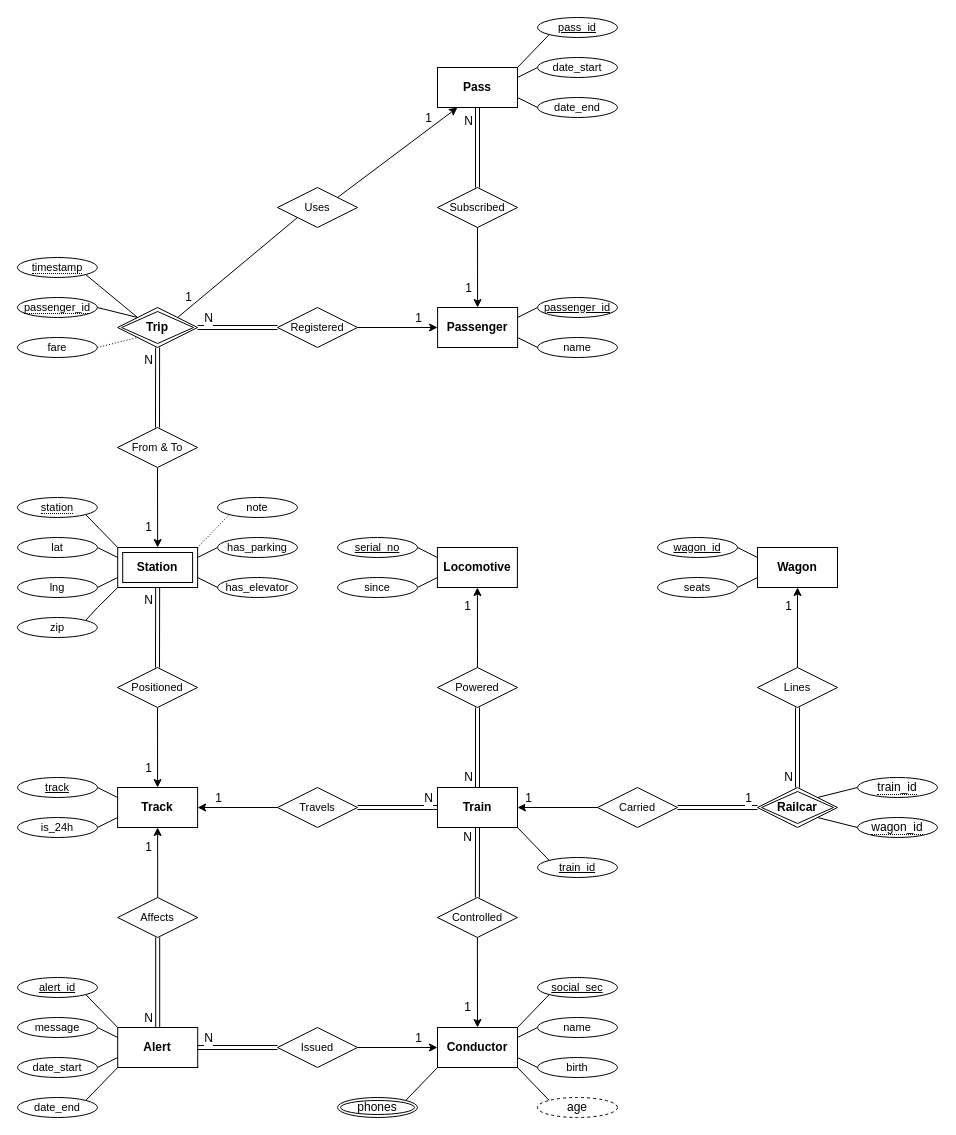
Earlier version of the draw.io diagram page "Stage 3" (3 of 3) of cta/er.drawio (hanggrian/IIT-CS425). Source tidied: cells renumbered, new cells numbered last; positions are measured from the earlier drawing's top-left corner, leaving out a move shared by most shapes. Both pictures are drawn from the tidied source at 100%, with x=0, y=0 at pixel (17, 17).
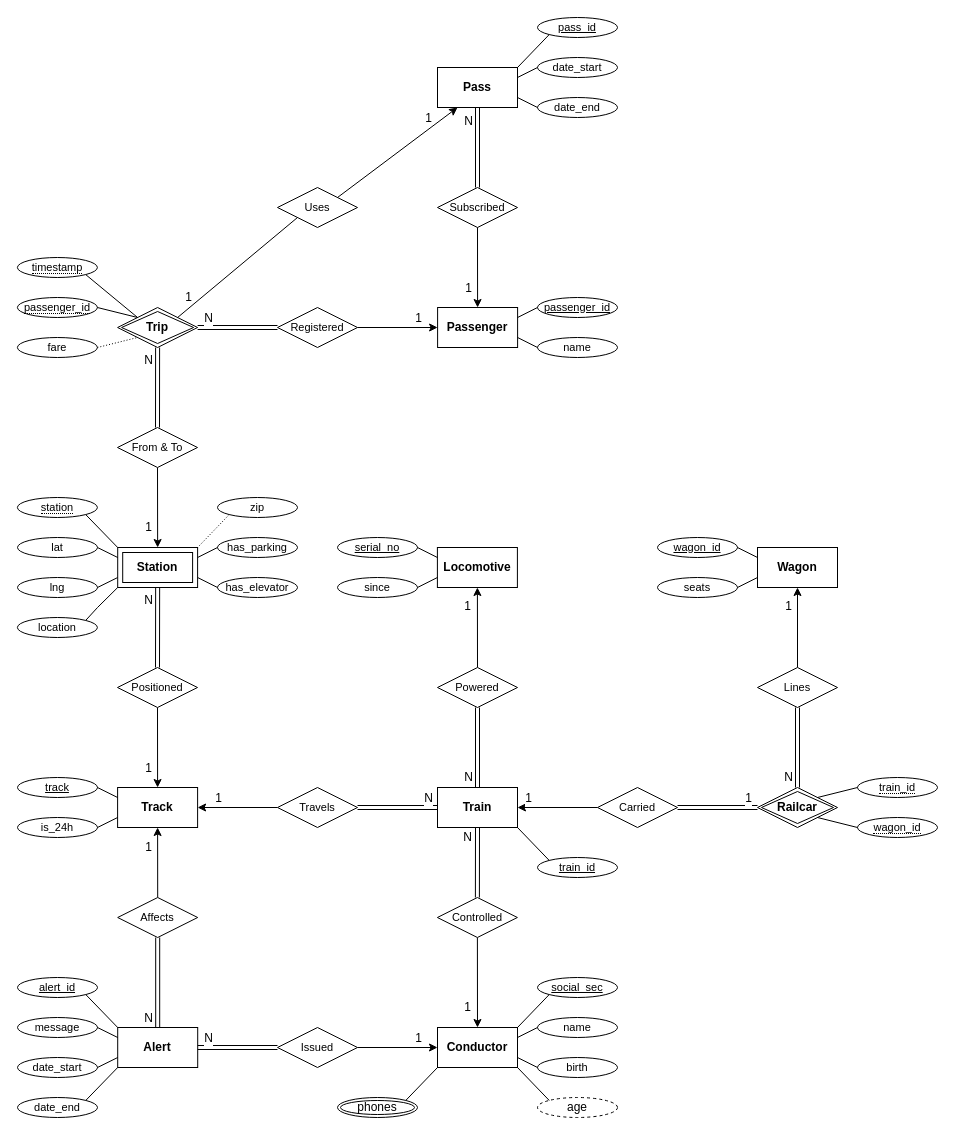
The same page after the edit.

Change to the diagram source:
```diff
@@
-    <mxCell id="22" value="note" style="ellipse;whiteSpace=wrap;html=1;align=center;fontSize=11;fontStyle=0;" parent="1" vertex="1">
+    <mxCell id="22" value="zip" style="ellipse;whiteSpace=wrap;html=1;align=center;fontSize=11;fontStyle=0;" parent="1" vertex="1">
       <mxGeometry x="200" y="480" width="80" height="20" as="geometry" />
     </mxCell>
@@
-    <mxCell id="71" value="&lt;span style=&quot;border-bottom: 1px dotted&quot;&gt;train_id&lt;/span&gt;" style="ellipse;whiteSpace=wrap;html=1;align=center;" parent="1" vertex="1">
+    <mxCell id="71" value="&lt;span style=&quot;border-bottom: 1px dotted; font-size: 11px;&quot;&gt;train_id&lt;/span&gt;" style="ellipse;whiteSpace=wrap;html=1;align=center;fontSize=11;" parent="1" vertex="1">
       <mxGeometry x="840" y="760" width="80" height="20" as="geometry" />
     </mxCell>
-    <mxCell id="72" value="&lt;span style=&quot;border-bottom: 1px dotted&quot;&gt;wagon_id&lt;/span&gt;" style="ellipse;whiteSpace=wrap;html=1;align=center;" parent="1" vertex="1">
+    <mxCell id="72" value="&lt;span style=&quot;border-bottom: 1px dotted; font-size: 11px;&quot;&gt;wagon_id&lt;/span&gt;" style="ellipse;whiteSpace=wrap;html=1;align=center;fontSize=11;" parent="1" vertex="1">
       <mxGeometry x="840" y="800" width="80" height="20" as="geometry" />
     </mxCell>
@@
-    <mxCell id="123" value="zip" style="ellipse;whiteSpace=wrap;html=1;align=center;fontSize=11;fontStyle=0;" parent="1" vertex="1">
+    <mxCell id="123" value="location" style="ellipse;whiteSpace=wrap;html=1;align=center;fontSize=11;fontStyle=0;" parent="1" vertex="1">
       <mxGeometry x="-0.1" y="600" width="80" height="20" as="geometry" />
     </mxCell>
```
